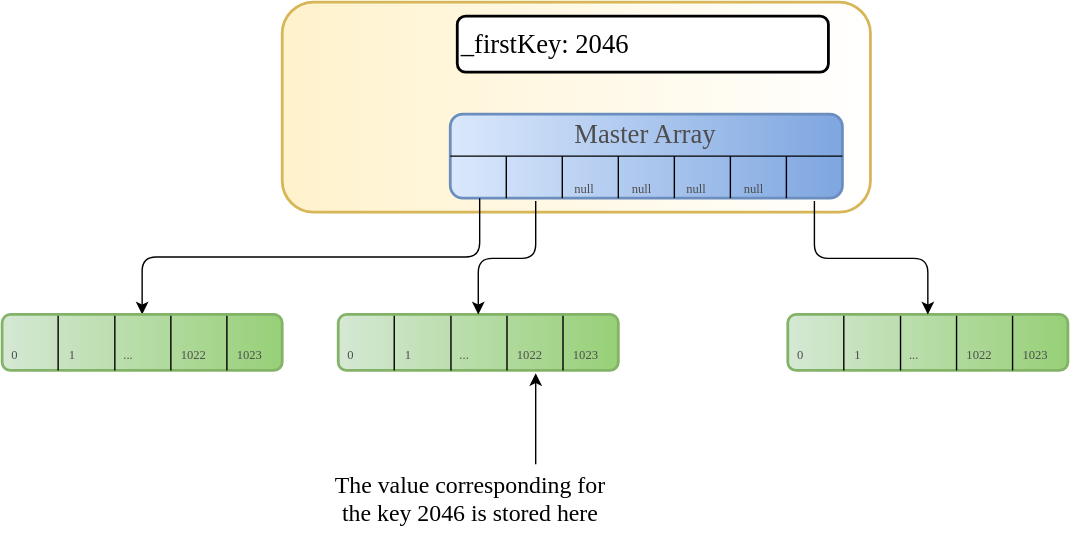
damageboy/damageboy.github.io keeps this draw.io diagram as assets/images/dense-sorted-list.svg. Above is the earlier version. Source tidied: cells renumbered, new cells last; positions are measured from the earlier drawing's top-left corner, leaving out a move shared by most shapes. Source of this version:
```xml
<mxGraphModel background="#ffffff">
  <root>
    <mxCell id="0" style="html=1;" />
    <mxCell id="1" style="html=1;" parent="0" />
    <mxCell id="2" style="rounded=1;whiteSpace=wrap;html=1;shadow=0;glass=0;comic=0;labelBackgroundColor=none;strokeWidth=2;fontFamily=Verdana;fontSize=19;fillColor=#fff2cc;strokeColor=#d6b656;gradientColor=#ffffff;gradientDirection=east;" parent="1" vertex="1">
      <mxGeometry x="200" width="420" height="150" as="geometry" />
    </mxCell>
    <mxCell id="3" value="Master Array&lt;br style=&quot;font-size: 19px;&quot;&gt;" style="rounded=1;whiteSpace=wrap;html=1;verticalAlign=top;fontFamily=PT Mono;fontSize=19;gradientColor=#7ea6e0;gradientDirection=east;fillColor=#dae8fc;strokeColor=#6c8ebf;labelBackgroundColor=none;labelBorderColor=none;glass=0;shadow=0;comic=0;strokeWidth=2;fontColor=#4D4D4D;spacingBottom=16;spacingTop=-4;" parent="1" vertex="1">
      <mxGeometry x="320" y="80" width="280" height="60" as="geometry" />
    </mxCell>
    <mxCell id="4" style="endArrow=none;html=1;fontFamily=PT Mono;fontSize=19;entryX=1;entryY=0.5;exitX=0;exitY=0.5;" parent="1" edge="1" source="3" target="3">
      <mxGeometry relative="1" as="geometry" />
    </mxCell>
    <mxCell id="5" style="endArrow=none;html=1;fontFamily=PT Mono;fontSize=19;startSize=13;" parent="1" edge="1">
      <mxGeometry relative="1" as="geometry">
        <mxPoint x="360" y="140" as="sourcePoint" />
        <mxPoint x="360" y="110" as="targetPoint" />
      </mxGeometry>
    </mxCell>
    <mxCell id="6" style="endArrow=none;html=1;fontFamily=PT Mono;fontSize=19;startSize=13;" parent="1" edge="1">
      <mxGeometry relative="1" as="geometry">
        <mxPoint x="400" y="140" as="sourcePoint" />
        <mxPoint x="400" y="110" as="targetPoint" />
      </mxGeometry>
    </mxCell>
    <mxCell id="7" style="endArrow=none;html=1;fontFamily=PT Mono;fontSize=19;startSize=13;" parent="1" edge="1">
      <mxGeometry relative="1" as="geometry">
        <mxPoint x="440" y="140" as="sourcePoint" />
        <mxPoint x="440" y="110" as="targetPoint" />
      </mxGeometry>
    </mxCell>
    <mxCell id="8" style="endArrow=none;html=1;fontFamily=PT Mono;fontSize=19;startSize=13;" parent="1" edge="1">
      <mxGeometry relative="1" as="geometry">
        <mxPoint x="480" y="140" as="sourcePoint" />
        <mxPoint x="480" y="110" as="targetPoint" />
      </mxGeometry>
    </mxCell>
    <mxCell id="9" style="endArrow=none;html=1;fontFamily=PT Mono;fontSize=19;startSize=13;" parent="1" edge="1">
      <mxGeometry relative="1" as="geometry">
        <mxPoint x="520" y="140" as="sourcePoint" />
        <mxPoint x="520" y="110" as="targetPoint" />
      </mxGeometry>
    </mxCell>
    <mxCell id="10" style="endArrow=none;html=1;fontFamily=PT Mono;fontSize=19;startSize=13;" parent="1" edge="1">
      <mxGeometry relative="1" as="geometry">
        <mxPoint x="560" y="140" as="sourcePoint" />
        <mxPoint x="560" y="110" as="targetPoint" />
      </mxGeometry>
    </mxCell>
    <mxCell id="11" style="edgeStyle=elbowEdgeStyle;elbow=vertical;endArrow=classic;html=1;fontFamily=PT Mono;fontSize=19;fontColor=#4D4D4D;exitX=0.075;exitY=1.008;exitPerimeter=0;entryX=0.5;entryY=0;" parent="1" edge="1" source="3" target="13">
      <mxGeometry relative="1" as="geometry" />
    </mxCell>
    <mxCell id="12" style="group;fontFamily=PT Mono;" parent="1" vertex="1">
      <mxGeometry y="223" width="206" height="40" as="geometry" />
    </mxCell>
    <mxCell id="13" style="rounded=1;whiteSpace=wrap;html=1;shadow=0;glass=0;comic=0;labelBackgroundColor=none;strokeWidth=2;gradientColor=#97d077;fontFamily=PT Mono;fontSize=9;fontColor=#4D4D4D;fillColor=#d5e8d4;strokeColor=#82b366;gradientDirection=east;align=left;verticalAlign=bottom;" parent="12" vertex="1">
      <mxGeometry width="200" height="40" as="geometry" />
    </mxCell>
    <mxCell id="14" style="endArrow=none;html=1;fontFamily=PT Mono;fontSize=9;fontColor=#4D4D4D;entryX=0.198;entryY=0.025;entryPerimeter=0;exitX=0.198;exitY=1;exitPerimeter=0;align=left;verticalAlign=bottom;" parent="12" edge="1" source="13" target="13">
      <mxGeometry relative="1" as="geometry" />
    </mxCell>
    <mxCell id="15" style="endArrow=none;html=1;fontFamily=PT Mono;fontSize=9;fontColor=#4D4D4D;entryX=0.198;entryY=0.025;entryPerimeter=0;exitX=0.198;exitY=1;exitPerimeter=0;align=left;verticalAlign=bottom;" parent="12" edge="1">
      <mxGeometry relative="1" as="geometry">
        <mxPoint x="80.5" y="40" as="sourcePoint" />
        <mxPoint x="80.5" y="1" as="targetPoint" />
      </mxGeometry>
    </mxCell>
    <mxCell id="16" style="endArrow=none;html=1;fontFamily=PT Mono;fontSize=9;fontColor=#4D4D4D;entryX=0.198;entryY=0.025;entryPerimeter=0;exitX=0.198;exitY=1;exitPerimeter=0;align=left;verticalAlign=bottom;" parent="12" edge="1">
      <mxGeometry relative="1" as="geometry">
        <mxPoint x="120.5" y="40" as="sourcePoint" />
        <mxPoint x="120.5" y="1" as="targetPoint" />
      </mxGeometry>
    </mxCell>
    <mxCell id="17" style="endArrow=none;html=1;fontFamily=PT Mono;fontSize=9;fontColor=#4D4D4D;entryX=0.198;entryY=0.025;entryPerimeter=0;exitX=0.198;exitY=1;exitPerimeter=0;align=left;verticalAlign=bottom;" parent="12" edge="1">
      <mxGeometry relative="1" as="geometry">
        <mxPoint x="160.5" y="40" as="sourcePoint" />
        <mxPoint x="160.5" y="1" as="targetPoint" />
      </mxGeometry>
    </mxCell>
    <mxCell id="18" value="0" style="text;html=1;align=left;verticalAlign=bottom;fillColor=none;strokeColor=none;rounded=0;shadow=0;glass=0;comic=0;labelBackgroundColor=none;fontFamily=PT Mono;fontSize=9;fontColor=#4D4D4D;" parent="12" vertex="1">
      <mxGeometry x="5" y="5" width="30" height="30" as="geometry" />
    </mxCell>
    <mxCell id="19" value="1" style="text;html=1;align=left;verticalAlign=bottom;fillColor=none;strokeColor=none;rounded=0;shadow=0;glass=0;comic=0;labelBackgroundColor=none;fontFamily=PT Mono;fontSize=9;fontColor=#4D4D4D;" parent="12" vertex="1">
      <mxGeometry x="46" y="5" width="30" height="30" as="geometry" />
    </mxCell>
    <mxCell id="20" value="..." style="text;html=1;align=left;verticalAlign=bottom;fillColor=none;strokeColor=none;rounded=0;shadow=0;glass=0;comic=0;labelBackgroundColor=none;fontFamily=PT Mono;fontSize=9;fontColor=#4D4D4D;" parent="12" vertex="1">
      <mxGeometry x="85" y="15" width="30" height="20" as="geometry" />
    </mxCell>
    <mxCell id="21" value="1022&lt;br&gt;" style="text;html=1;align=left;verticalAlign=bottom;fillColor=none;strokeColor=none;rounded=0;shadow=0;glass=0;comic=0;labelBackgroundColor=none;fontFamily=PT Mono;fontSize=9;fontColor=#4D4D4D;" parent="12" vertex="1">
      <mxGeometry x="126" y="15" width="40" height="20" as="geometry" />
    </mxCell>
    <mxCell id="22" value="1023&lt;br&gt;" style="text;html=1;align=left;verticalAlign=bottom;fillColor=none;strokeColor=none;rounded=0;shadow=0;glass=0;comic=0;labelBackgroundColor=none;fontFamily=PT Mono;fontSize=9;fontColor=#4D4D4D;" parent="12" vertex="1">
      <mxGeometry x="166" y="15" width="40" height="20" as="geometry" />
    </mxCell>
    <mxCell id="23" style="group;fontFamily=PT Mono;" parent="1" vertex="1">
      <mxGeometry x="240" y="223" width="206" height="40" as="geometry" />
    </mxCell>
    <mxCell id="24" style="rounded=1;whiteSpace=wrap;html=1;shadow=0;glass=0;comic=0;labelBackgroundColor=none;strokeWidth=2;gradientColor=#97d077;fontFamily=PT Mono;fontSize=9;fontColor=#4D4D4D;fillColor=#d5e8d4;strokeColor=#82b366;gradientDirection=east;align=left;verticalAlign=bottom;" parent="23" vertex="1">
      <mxGeometry width="200" height="40" as="geometry" />
    </mxCell>
    <mxCell id="25" style="endArrow=none;html=1;fontFamily=PT Mono;fontSize=9;fontColor=#4D4D4D;entryX=0.198;entryY=0.025;entryPerimeter=0;exitX=0.198;exitY=1;exitPerimeter=0;align=left;verticalAlign=bottom;" parent="23" edge="1" source="24" target="24">
      <mxGeometry relative="1" as="geometry" />
    </mxCell>
    <mxCell id="26" style="endArrow=none;html=1;fontFamily=PT Mono;fontSize=9;fontColor=#4D4D4D;entryX=0.198;entryY=0.025;entryPerimeter=0;exitX=0.198;exitY=1;exitPerimeter=0;align=left;verticalAlign=bottom;" parent="23" edge="1">
      <mxGeometry relative="1" as="geometry">
        <mxPoint x="80.5" y="40" as="sourcePoint" />
        <mxPoint x="80.5" y="1" as="targetPoint" />
      </mxGeometry>
    </mxCell>
    <mxCell id="27" style="endArrow=none;html=1;fontFamily=PT Mono;fontSize=9;fontColor=#4D4D4D;entryX=0.198;entryY=0.025;entryPerimeter=0;exitX=0.198;exitY=1;exitPerimeter=0;align=left;verticalAlign=bottom;" parent="23" edge="1">
      <mxGeometry relative="1" as="geometry">
        <mxPoint x="120.5" y="40" as="sourcePoint" />
        <mxPoint x="120.5" y="1" as="targetPoint" />
      </mxGeometry>
    </mxCell>
    <mxCell id="28" style="endArrow=none;html=1;fontFamily=PT Mono;fontSize=9;fontColor=#4D4D4D;entryX=0.198;entryY=0.025;entryPerimeter=0;exitX=0.198;exitY=1;exitPerimeter=0;align=left;verticalAlign=bottom;" parent="23" edge="1">
      <mxGeometry relative="1" as="geometry">
        <mxPoint x="160.5" y="40" as="sourcePoint" />
        <mxPoint x="160.5" y="1" as="targetPoint" />
      </mxGeometry>
    </mxCell>
    <mxCell id="29" value="0" style="text;html=1;align=left;verticalAlign=bottom;fillColor=none;strokeColor=none;rounded=0;shadow=0;glass=0;comic=0;labelBackgroundColor=none;fontFamily=PT Mono;fontSize=9;fontColor=#4D4D4D;" parent="23" vertex="1">
      <mxGeometry x="5" y="5" width="30" height="30" as="geometry" />
    </mxCell>
    <mxCell id="30" value="1" style="text;html=1;align=left;verticalAlign=bottom;fillColor=none;strokeColor=none;rounded=0;shadow=0;glass=0;comic=0;labelBackgroundColor=none;fontFamily=PT Mono;fontSize=9;fontColor=#4D4D4D;" parent="23" vertex="1">
      <mxGeometry x="46" y="5" width="30" height="30" as="geometry" />
    </mxCell>
    <mxCell id="31" value="..." style="text;html=1;align=left;verticalAlign=bottom;fillColor=none;strokeColor=none;rounded=0;shadow=0;glass=0;comic=0;labelBackgroundColor=none;fontFamily=PT Mono;fontSize=9;fontColor=#4D4D4D;" parent="23" vertex="1">
      <mxGeometry x="85" y="15" width="30" height="20" as="geometry" />
    </mxCell>
    <mxCell id="32" value="1022&lt;br&gt;" style="text;html=1;align=left;verticalAlign=bottom;fillColor=none;strokeColor=none;rounded=0;shadow=0;glass=0;comic=0;labelBackgroundColor=none;fontFamily=PT Mono;fontSize=9;fontColor=#4D4D4D;" parent="23" vertex="1">
      <mxGeometry x="126" y="15" width="40" height="20" as="geometry" />
    </mxCell>
    <mxCell id="33" value="1023&lt;br&gt;" style="text;html=1;align=left;verticalAlign=bottom;fillColor=none;strokeColor=none;rounded=0;shadow=0;glass=0;comic=0;labelBackgroundColor=none;fontFamily=PT Mono;fontSize=9;fontColor=#4D4D4D;" parent="23" vertex="1">
      <mxGeometry x="166" y="15" width="40" height="20" as="geometry" />
    </mxCell>
    <mxCell id="34" style="group;fontFamily=PT Mono;" parent="1" vertex="1">
      <mxGeometry x="561" y="223" width="206" height="40" as="geometry" />
    </mxCell>
    <mxCell id="35" style="rounded=1;whiteSpace=wrap;html=1;shadow=0;glass=0;comic=0;labelBackgroundColor=none;strokeWidth=2;gradientColor=#97d077;fontFamily=PT Mono;fontSize=9;fontColor=#4D4D4D;fillColor=#d5e8d4;strokeColor=#82b366;gradientDirection=east;align=left;verticalAlign=bottom;" parent="34" vertex="1">
      <mxGeometry width="200" height="40" as="geometry" />
    </mxCell>
    <mxCell id="36" style="endArrow=none;html=1;fontFamily=PT Mono;fontSize=9;fontColor=#4D4D4D;entryX=0.198;entryY=0.025;entryPerimeter=0;exitX=0.198;exitY=1;exitPerimeter=0;align=left;verticalAlign=bottom;" parent="34" edge="1" source="35" target="35">
      <mxGeometry relative="1" as="geometry" />
    </mxCell>
    <mxCell id="37" style="endArrow=none;html=1;fontFamily=PT Mono;fontSize=9;fontColor=#4D4D4D;entryX=0.198;entryY=0.025;entryPerimeter=0;exitX=0.198;exitY=1;exitPerimeter=0;align=left;verticalAlign=bottom;" parent="34" edge="1">
      <mxGeometry relative="1" as="geometry">
        <mxPoint x="80.5" y="40" as="sourcePoint" />
        <mxPoint x="80.5" y="1" as="targetPoint" />
      </mxGeometry>
    </mxCell>
    <mxCell id="38" style="endArrow=none;html=1;fontFamily=PT Mono;fontSize=9;fontColor=#4D4D4D;entryX=0.198;entryY=0.025;entryPerimeter=0;exitX=0.198;exitY=1;exitPerimeter=0;align=left;verticalAlign=bottom;" parent="34" edge="1">
      <mxGeometry relative="1" as="geometry">
        <mxPoint x="120.5" y="40" as="sourcePoint" />
        <mxPoint x="120.5" y="1" as="targetPoint" />
      </mxGeometry>
    </mxCell>
    <mxCell id="39" style="endArrow=none;html=1;fontFamily=PT Mono;fontSize=9;fontColor=#4D4D4D;entryX=0.198;entryY=0.025;entryPerimeter=0;exitX=0.198;exitY=1;exitPerimeter=0;align=left;verticalAlign=bottom;" parent="34" edge="1">
      <mxGeometry relative="1" as="geometry">
        <mxPoint x="160.5" y="40" as="sourcePoint" />
        <mxPoint x="160.5" y="1" as="targetPoint" />
      </mxGeometry>
    </mxCell>
    <mxCell id="40" value="0" style="text;html=1;align=left;verticalAlign=bottom;fillColor=none;strokeColor=none;rounded=0;shadow=0;glass=0;comic=0;labelBackgroundColor=none;fontFamily=PT Mono;fontSize=9;fontColor=#4D4D4D;" parent="34" vertex="1">
      <mxGeometry x="5" y="5" width="30" height="30" as="geometry" />
    </mxCell>
    <mxCell id="41" value="1" style="text;html=1;align=left;verticalAlign=bottom;fillColor=none;strokeColor=none;rounded=0;shadow=0;glass=0;comic=0;labelBackgroundColor=none;fontFamily=PT Mono;fontSize=9;fontColor=#4D4D4D;" parent="34" vertex="1">
      <mxGeometry x="46" y="5" width="30" height="30" as="geometry" />
    </mxCell>
    <mxCell id="42" value="..." style="text;html=1;align=left;verticalAlign=bottom;fillColor=none;strokeColor=none;rounded=0;shadow=0;glass=0;comic=0;labelBackgroundColor=none;fontFamily=PT Mono;fontSize=9;fontColor=#4D4D4D;" parent="34" vertex="1">
      <mxGeometry x="85" y="15" width="30" height="20" as="geometry" />
    </mxCell>
    <mxCell id="43" value="1022&lt;br&gt;" style="text;html=1;align=left;verticalAlign=bottom;fillColor=none;strokeColor=none;rounded=0;shadow=0;glass=0;comic=0;labelBackgroundColor=none;fontFamily=PT Mono;fontSize=9;fontColor=#4D4D4D;" parent="34" vertex="1">
      <mxGeometry x="126" y="15" width="40" height="20" as="geometry" />
    </mxCell>
    <mxCell id="44" value="1023&lt;br&gt;" style="text;html=1;align=left;verticalAlign=bottom;fillColor=none;strokeColor=none;rounded=0;shadow=0;glass=0;comic=0;labelBackgroundColor=none;fontFamily=PT Mono;fontSize=9;fontColor=#4D4D4D;" parent="34" vertex="1">
      <mxGeometry x="166" y="15" width="40" height="20" as="geometry" />
    </mxCell>
    <mxCell id="45" style="edgeStyle=elbowEdgeStyle;elbow=vertical;endArrow=classic;html=1;fontFamily=PT Mono;fontSize=19;fontColor=#4D4D4D;exitX=0.218;exitY=1.025;exitPerimeter=0;entryX=0.5;entryY=0;" parent="1" edge="1" source="3" target="24">
      <mxGeometry relative="1" as="geometry" />
    </mxCell>
    <mxCell id="46" style="edgeStyle=elbowEdgeStyle;elbow=vertical;endArrow=classic;html=1;fontFamily=PT Mono;fontSize=19;fontColor=#4D4D4D;exitX=0.927;exitY=1.033;exitPerimeter=0;entryX=0.5;entryY=0;" parent="1" edge="1" source="3" target="35">
      <mxGeometry relative="1" as="geometry" />
    </mxCell>
    <mxCell id="47" value="null&lt;br&gt;" style="text;html=1;align=center;verticalAlign=bottom;fillColor=none;strokeColor=none;rounded=0;shadow=0;glass=0;comic=0;labelBackgroundColor=none;fontFamily=PT Mono;fontSize=9;fontColor=#4D4D4D;" parent="1" vertex="1">
      <mxGeometry x="400" y="120" width="40" height="20" as="geometry" />
    </mxCell>
    <mxCell id="48" value="null&lt;br&gt;" style="text;html=1;align=center;verticalAlign=bottom;fillColor=none;strokeColor=none;rounded=0;shadow=0;glass=0;comic=0;labelBackgroundColor=none;fontFamily=PT Mono;fontSize=9;fontColor=#4D4D4D;" parent="1" vertex="1">
      <mxGeometry x="441" y="120" width="40" height="20" as="geometry" />
    </mxCell>
    <mxCell id="49" value="null&lt;br&gt;" style="text;html=1;align=center;verticalAlign=bottom;fillColor=none;strokeColor=none;rounded=0;shadow=0;glass=0;comic=0;labelBackgroundColor=none;fontFamily=PT Mono;fontSize=9;fontColor=#4D4D4D;" parent="1" vertex="1">
      <mxGeometry x="480" y="120" width="40" height="20" as="geometry" />
    </mxCell>
    <mxCell id="50" value="null&lt;br&gt;" style="text;html=1;align=center;verticalAlign=bottom;fillColor=none;strokeColor=none;rounded=0;shadow=0;glass=0;comic=0;labelBackgroundColor=none;fontFamily=PT Mono;fontSize=9;fontColor=#4D4D4D;" parent="1" vertex="1">
      <mxGeometry x="521" y="120" width="40" height="20" as="geometry" />
    </mxCell>
    <mxCell id="51" value="_firstKey: 2046&lt;br&gt;" style="rounded=1;whiteSpace=wrap;html=1;shadow=0;glass=0;comic=0;labelBackgroundColor=none;strokeWidth=2;gradientColor=#ffffff;fontFamily=PT Mono;fontSize=19;align=left;" parent="1" vertex="1">
      <mxGeometry x="325" y="10" width="265" height="40" as="geometry" />
    </mxCell>
    <mxCell id="52" style="endArrow=classic;html=1;fontFamily=PT Mono;fontSize=19;entryX=0.705;entryY=1.05;entryPerimeter=0;" parent="1" edge="1" target="24">
      <mxGeometry relative="1" as="geometry">
        <mxPoint x="381" y="330" as="sourcePoint" />
      </mxGeometry>
    </mxCell>
    <mxCell id="53" value="The value corresponding for &lt;br style=&quot;font-size: 17px;&quot;&gt;the key 2046 is stored here" style="text;html=1;align=center;verticalAlign=middle;fillColor=none;strokeColor=none;rounded=0;shadow=0;glass=0;comic=0;labelBackgroundColor=none;fontFamily=PT Mono;fontSize=17;" parent="1" vertex="1">
      <mxGeometry x="216" y="330" width="330" height="50" as="geometry" />
    </mxCell>
  </root>
</mxGraphModel>
```
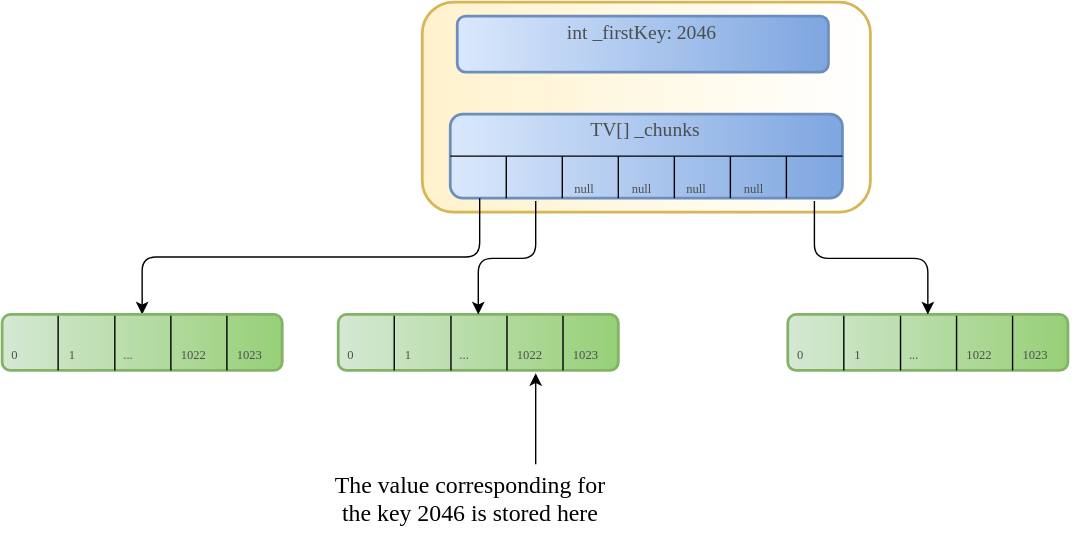
Above is the later version.

Diff of the diagram source:
```diff
@@ -3,9 +3,9 @@
     <mxCell id="0" style="html=1;" />
     <mxCell id="1" style="html=1;" parent="0" />
     <mxCell id="2" style="rounded=1;whiteSpace=wrap;html=1;shadow=0;glass=0;comic=0;labelBackgroundColor=none;strokeWidth=2;fontFamily=Verdana;fontSize=19;fillColor=#fff2cc;strokeColor=#d6b656;gradientColor=#ffffff;gradientDirection=east;" parent="1" vertex="1">
-      <mxGeometry x="200" width="420" height="150" as="geometry" />
+      <mxGeometry x="300" width="320" height="150" as="geometry" />
     </mxCell>
-    <mxCell id="3" value="Master Array&lt;br style=&quot;font-size: 19px;&quot;&gt;" style="rounded=1;whiteSpace=wrap;html=1;verticalAlign=top;fontFamily=PT Mono;fontSize=19;gradientColor=#7ea6e0;gradientDirection=east;fillColor=#dae8fc;strokeColor=#6c8ebf;labelBackgroundColor=none;labelBorderColor=none;glass=0;shadow=0;comic=0;strokeWidth=2;fontColor=#4D4D4D;spacingBottom=16;spacingTop=-4;" parent="1" vertex="1">
+    <mxCell id="3" value="&lt;div style=&quot;text-align: left&quot;&gt;&lt;span&gt;TV[] _chunks&lt;/span&gt;&lt;/div&gt;" style="rounded=1;whiteSpace=wrap;html=1;verticalAlign=top;fontFamily=PT Mono;fontSize=14;gradientColor=#7ea6e0;gradientDirection=east;fillColor=#dae8fc;strokeColor=#6c8ebf;labelBackgroundColor=none;labelBorderColor=none;glass=0;shadow=0;comic=0;strokeWidth=2;fontColor=#4D4D4D;spacingBottom=16;spacingTop=-4;" parent="1" vertex="1">
       <mxGeometry x="320" y="80" width="280" height="60" as="geometry" />
     </mxCell>
     <mxCell id="4" style="endArrow=none;html=1;fontFamily=PT Mono;fontSize=19;entryX=1;entryY=0.5;exitX=0;exitY=0.5;" parent="1" edge="1" source="3" target="3">
@@ -194,7 +194,7 @@
     <mxCell id="50" value="null&lt;br&gt;" style="text;html=1;align=center;verticalAlign=bottom;fillColor=none;strokeColor=none;rounded=0;shadow=0;glass=0;comic=0;labelBackgroundColor=none;fontFamily=PT Mono;fontSize=9;fontColor=#4D4D4D;" parent="1" vertex="1">
       <mxGeometry x="521" y="120" width="40" height="20" as="geometry" />
     </mxCell>
-    <mxCell id="51" value="_firstKey: 2046&lt;br&gt;" style="rounded=1;whiteSpace=wrap;html=1;shadow=0;glass=0;comic=0;labelBackgroundColor=none;strokeWidth=2;gradientColor=#ffffff;fontFamily=PT Mono;fontSize=19;align=left;" parent="1" vertex="1">
+    <mxCell id="51" value="int _firstKey: 2046&lt;br style=&quot;font-size: 14px&quot;&gt;" style="rounded=1;whiteSpace=wrap;html=1;shadow=0;glass=0;comic=0;labelBackgroundColor=none;strokeWidth=2;gradientColor=#7ea6e0;fontFamily=PT Mono;fontSize=14;align=center;fontColor=#4D4D4D;verticalAlign=bottom;strokeColor=#6c8ebf;fillColor=#dae8fc;gradientDirection=east;labelBorderColor=none;spacingTop=-4;spacingBottom=16;" parent="1" vertex="1">
       <mxGeometry x="325" y="10" width="265" height="40" as="geometry" />
     </mxCell>
     <mxCell id="52" style="endArrow=classic;html=1;fontFamily=PT Mono;fontSize=19;entryX=0.705;entryY=1.05;entryPerimeter=0;" parent="1" edge="1" target="24">
```
